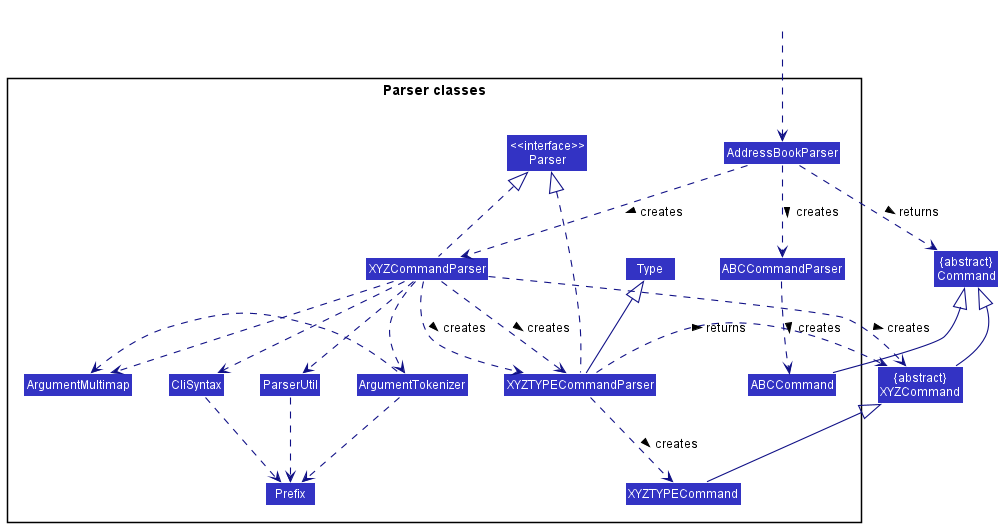
rcjj98/tp keeps this PlantUML diagram as docs/images/ParserClasses.png. Above is the earlier version.
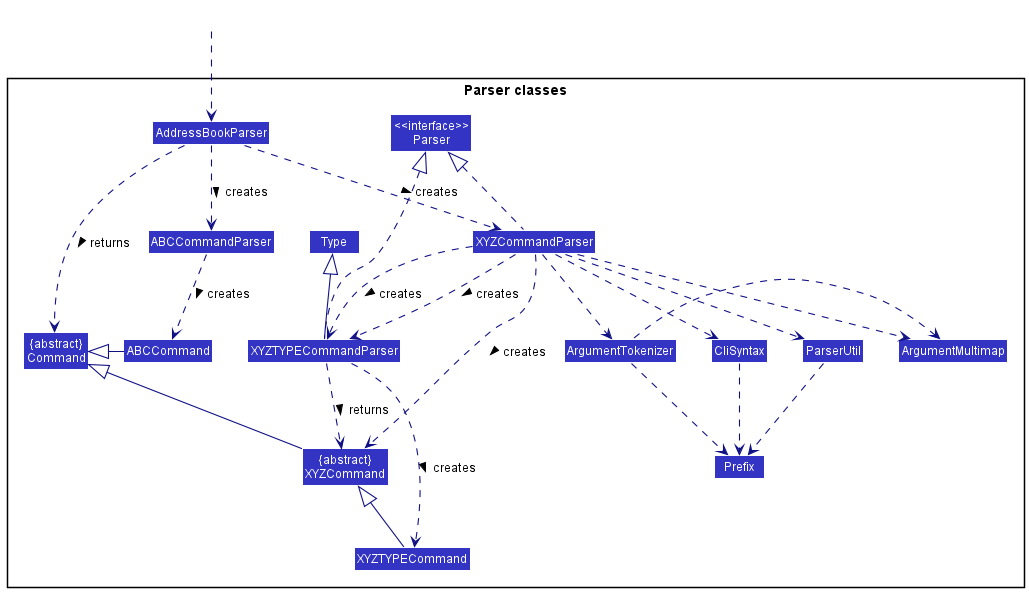
The same file after the commit.

Change to the diagram source:
```diff
@@ -4,11 +4,11 @@
 skinparam arrowColor LOGIC_COLOR_T4
 skinparam classBackgroundColor LOGIC_COLOR
 
-Class "{abstract}\nCommand" as Command
-Class "{abstract}\nXYZCommand" as XYZCommand
 
 package "Parser classes"{
 Class "<<interface>>\nParser" as Parser
+Class "{abstract}\nCommand" as Command
+Class "{abstract}\nXYZCommand" as XYZCommand
 Class AddressBookParser
 Class XYZCommandParser
 Class ABCCommandParser
@@ -19,8 +19,8 @@
 Class Prefix
 Class XYZTYPECommandParser
 Class XYZTYPECommand
+Class ABCCommand
 enum Type
-Class ABCCommand
 }
 
 Class HiddenOutside #FFFFFF
```
